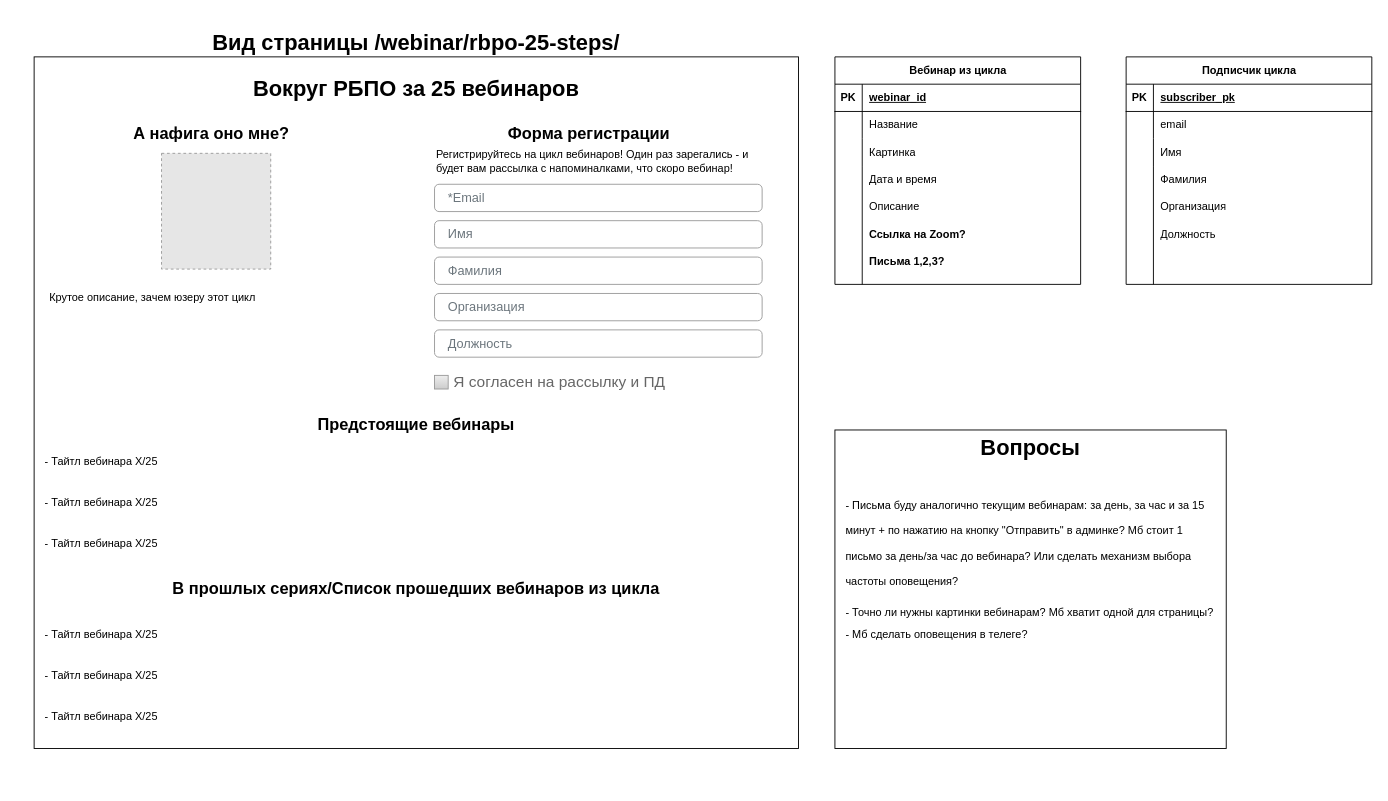
This is webinars-cycle.drawio from iwannabekoshka/webinars-cycle, a draw.io file, before an edit. Source tidied: cells renumbered, new cells numbered last; positions are measured from the earlier drawing's top-left corner, leaving out a move shared by most shapes. Both pictures are drawn from the tidied source at 91%, with x=0, y=0 at pixel (15, 29). Pictures stored in the file or linked from it are replaced by grey dashed boxes.
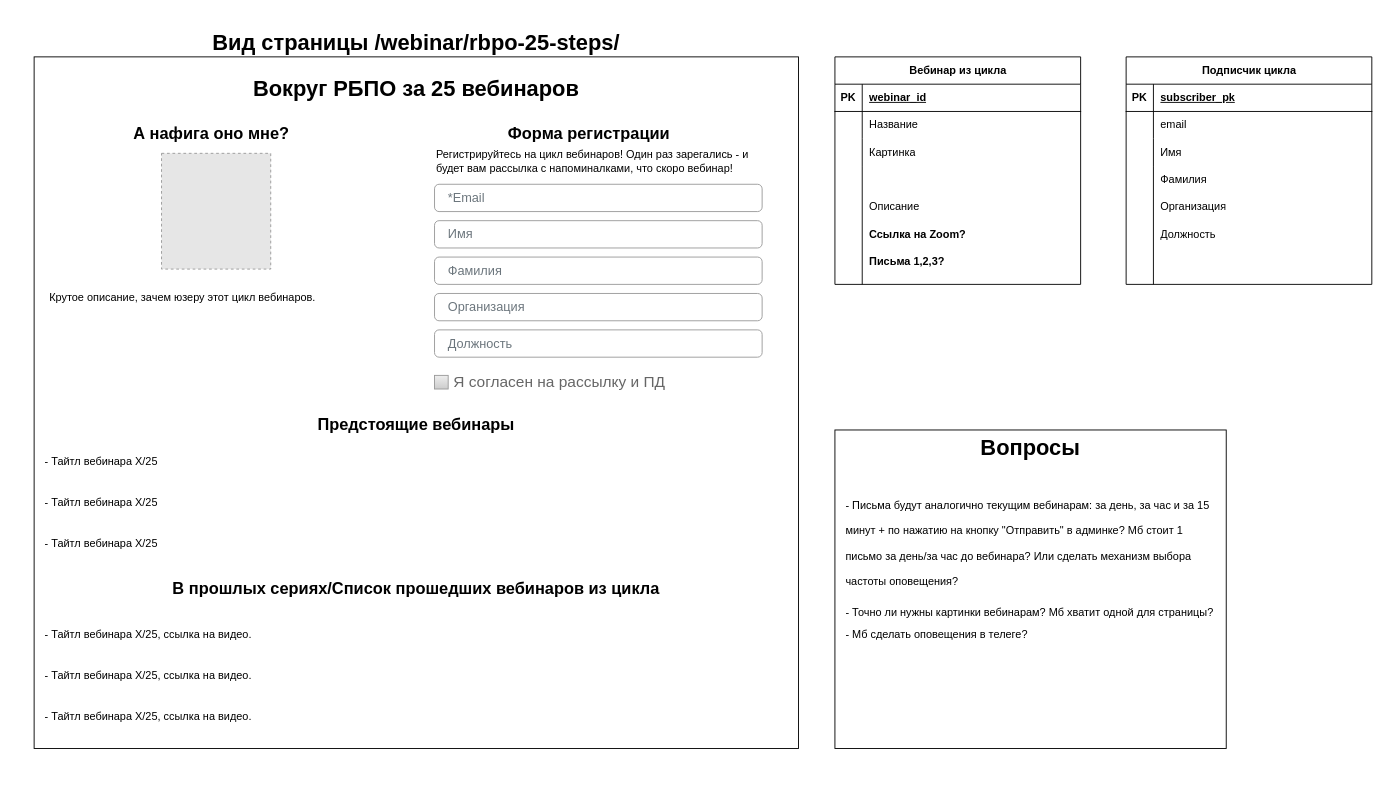
The same page after the edit.

The edit, as a diff of the source:
```diff
@@
-    <mxCell id="32" value="Дата и время" style="shape=partialRectangle;fillColor=none;top=0;left=0;bottom=0;right=0;align=left;spacingLeft=6;overflow=hidden;whiteSpace=wrap;html=1;" parent="1" vertex="1">
-      <mxGeometry x="930" y="150" width="240" height="30" as="geometry" />
-    </mxCell>
@@
-    <mxCell id="54" value="&lt;h1 style=&quot;margin-top: 0px; line-height: 100%;&quot;&gt;&lt;span style=&quot;background-color: initial; font-size: 12px; font-weight: normal;&quot;&gt;- Письма буду аналогично текущим вебинарам: за день, за час и за 15 минут + по нажатию на кнопку &quot;Отправить&quot; в админке? Мб стоит 1 письмо за день/за час до вебинара? Или сделать механизм выбора частоты оповещения?&lt;/span&gt;&lt;/h1&gt;&lt;div style=&quot;line-height: 100%;&quot;&gt;&lt;span style=&quot;background-color: initial; font-size: 12px; font-weight: normal;&quot;&gt;- Точно ли нужны картинки вебинарам? Мб хватит одной для страницы?&lt;/span&gt;&lt;/div&gt;&lt;div style=&quot;line-height: 100%;&quot;&gt;&lt;span style=&quot;background-color: initial; font-size: 12px; font-weight: normal;&quot;&gt;&lt;br&gt;&lt;/span&gt;&lt;/div&gt;&lt;div style=&quot;line-height: 100%;&quot;&gt;&lt;span style=&quot;background-color: initial; font-size: 12px; font-weight: normal;&quot;&gt;- Мб сделать оповещения в телеге?&lt;/span&gt;&lt;/div&gt;" style="text;html=1;whiteSpace=wrap;overflow=hidden;rounded=0;" parent="1" vertex="1">
+    <mxCell id="54" value="&lt;h1 style=&quot;margin-top: 0px; line-height: 100%;&quot;&gt;&lt;span style=&quot;background-color: initial; font-size: 12px; font-weight: normal;&quot;&gt;- Письма будут аналогично текущим вебинарам: за день, за час и за 15 минут + по нажатию на кнопку &quot;Отправить&quot; в админке? Мб стоит 1 письмо за день/за час до вебинара? Или сделать механизм выбора частоты оповещения?&lt;/span&gt;&lt;/h1&gt;&lt;div style=&quot;line-height: 100%;&quot;&gt;&lt;span style=&quot;background-color: initial; font-size: 12px; font-weight: normal;&quot;&gt;- Точно ли нужны картинки вебинарам? Мб хватит одной для страницы?&lt;/span&gt;&lt;/div&gt;&lt;div style=&quot;line-height: 100%;&quot;&gt;&lt;span style=&quot;background-color: initial; font-size: 12px; font-weight: normal;&quot;&gt;&lt;br&gt;&lt;/span&gt;&lt;/div&gt;&lt;div style=&quot;line-height: 100%;&quot;&gt;&lt;span style=&quot;background-color: initial; font-size: 12px; font-weight: normal;&quot;&gt;- Мб сделать оповещения в телеге?&lt;/span&gt;&lt;/div&gt;" style="text;html=1;whiteSpace=wrap;overflow=hidden;rounded=0;" parent="1" vertex="1">
       <mxGeometry x="910" y="500" width="410" height="240" as="geometry" />
     </mxCell>
@@
-    <mxCell id="56" value="&lt;h1 style=&quot;margin-top: 0px;&quot;&gt;&lt;span style=&quot;background-color: initial; font-size: 12px; font-weight: normal;&quot;&gt;- Тайтл вебинара X/25&lt;/span&gt;&lt;/h1&gt;&lt;div&gt;&lt;h1 style=&quot;margin-top: 0px;&quot;&gt;&lt;span style=&quot;background-color: initial; font-size: 12px; font-weight: normal;&quot;&gt;- Тайтл вебинара X/25&lt;/span&gt;&lt;/h1&gt;&lt;/div&gt;&lt;div&gt;&lt;h1 style=&quot;margin-top: 0px;&quot;&gt;&lt;span style=&quot;background-color: initial; font-size: 12px; font-weight: normal;&quot;&gt;- Тайтл вебинара X/25&lt;/span&gt;&lt;/h1&gt;&lt;/div&gt;" style="text;html=1;whiteSpace=wrap;overflow=hidden;rounded=0;" parent="1" vertex="1">
+    <mxCell id="56" value="&lt;h1 style=&quot;margin-top: 0px;&quot;&gt;&lt;span style=&quot;background-color: initial; font-size: 12px; font-weight: normal;&quot;&gt;- Тайтл вебинара X/25, ссылка на видео.&lt;/span&gt;&lt;/h1&gt;&lt;div&gt;&lt;h1 style=&quot;margin-top: 0px;&quot;&gt;&lt;span style=&quot;background-color: initial; font-size: 12px; font-weight: normal;&quot;&gt;- Тайтл вебинара X/25&lt;/span&gt;&lt;span style=&quot;background-color: initial; font-size: 12px; font-weight: normal; color: light-dark(rgb(0, 0, 0), rgb(255, 255, 255));&quot;&gt;, ссылка на видео.&lt;/span&gt;&lt;/h1&gt;&lt;/div&gt;&lt;div&gt;&lt;h1 style=&quot;margin-top: 0px;&quot;&gt;&lt;span style=&quot;background-color: initial; font-size: 12px; font-weight: normal;&quot;&gt;- Тайтл вебинара X/25&lt;/span&gt;&lt;span style=&quot;background-color: initial; font-size: 12px; font-weight: normal; color: light-dark(rgb(0, 0, 0), rgb(255, 255, 255));&quot;&gt;, ссылка на видео.&lt;/span&gt;&lt;/h1&gt;&lt;/div&gt;" style="text;html=1;whiteSpace=wrap;overflow=hidden;rounded=0;" parent="1" vertex="1">
       <mxGeometry x="30" y="640" width="830" height="130" as="geometry" />
     </mxCell>
@@
-    <mxCell id="58" value="Крутое описание, зачем юзеру этот цикл" style="text;html=1;align=left;verticalAlign=middle;whiteSpace=wrap;rounded=0;" parent="1" vertex="1">
+    <mxCell id="58" value="Крутое описание, зачем юзеру этот цикл вебинаров." style="text;html=1;align=left;verticalAlign=middle;whiteSpace=wrap;rounded=0;" parent="1" vertex="1">
       <mxGeometry x="35" y="280" width="360" height="30" as="geometry" />
     </mxCell>
```
